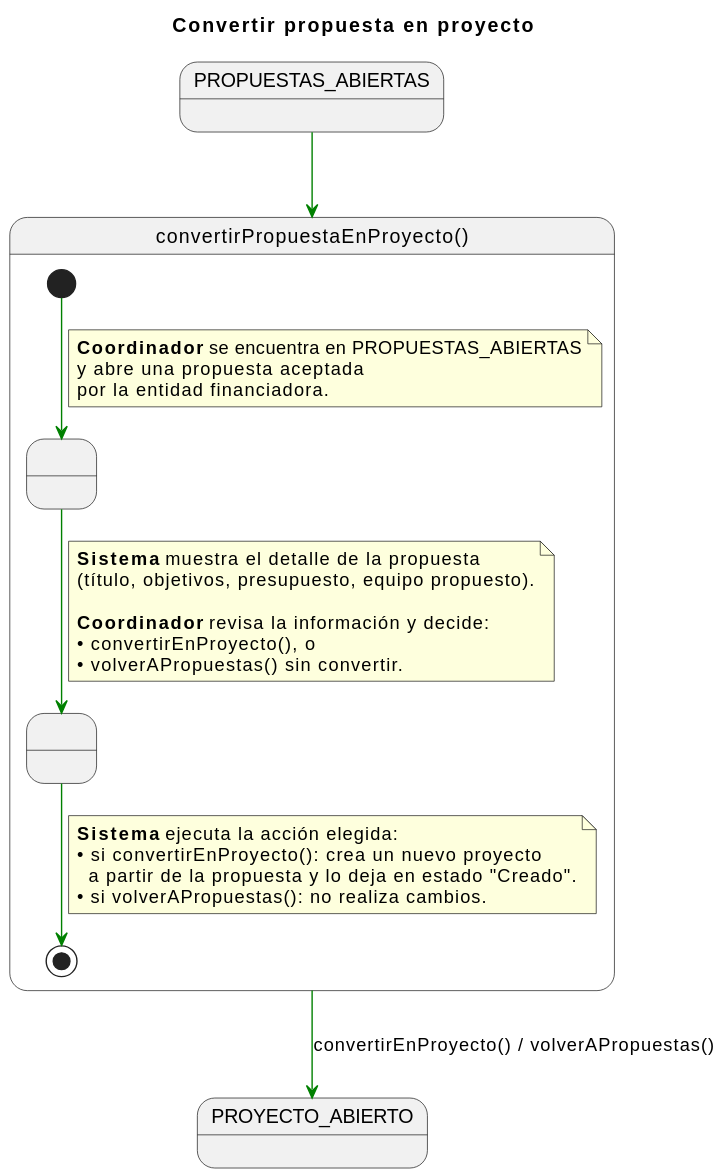
31Diego/25-26-IdSw1-SdR keeps this PlantUML diagram as documents/CasosDeUso/DetalladoCasosDeUso/Coordinador/convertirPropuestaEnProyecto().svg. Above is the earlier version.
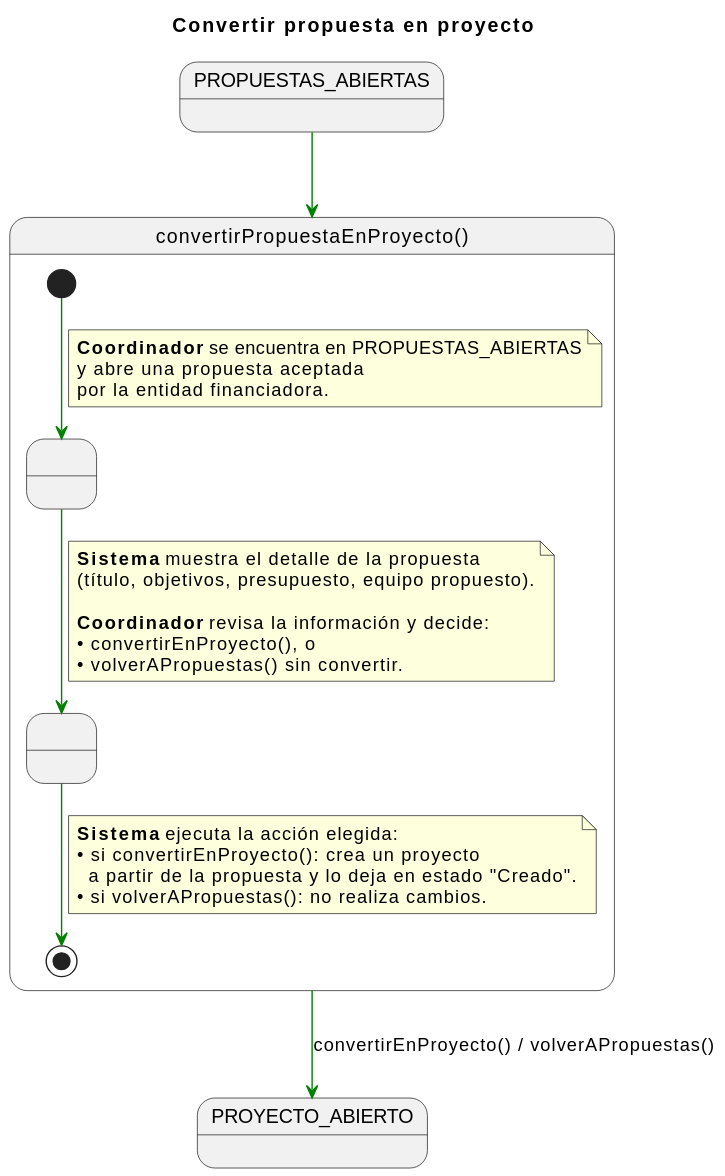
After the commit.

What changed in the source:
```diff
@@ -32,7 +32,7 @@
     ConfirmarConversion -[#green]-> [*]
     note on link
     <b>Sistema</b> ejecuta la acción elegida:
-    • si convertirEnProyecto(): crea un nuevo proyecto
+    • si convertirEnProyecto(): crea un proyecto
       a partir de la propuesta y lo deja en estado "Creado".
     • si volverAPropuestas(): no realiza cambios.
     end note
```
